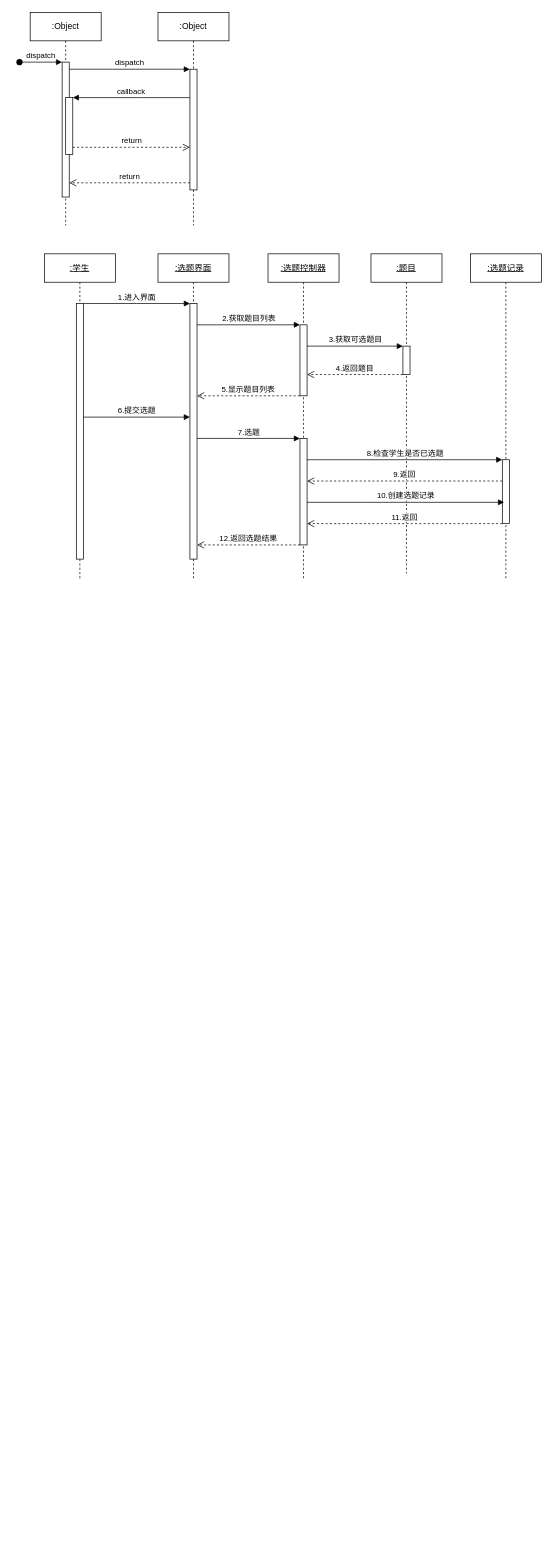
The draw.io diagram gpms.drawio in GreatArchimage/draw-io-diagrams, before the edit. Source tidied: cells renumbered, new cells numbered last; positions are measured from the earlier drawing's top-left corner, leaving out a move shared by most shapes. Both pictures are drawn from the tidied source at 71%, with x=0, y=0 at pixel (19, 12).
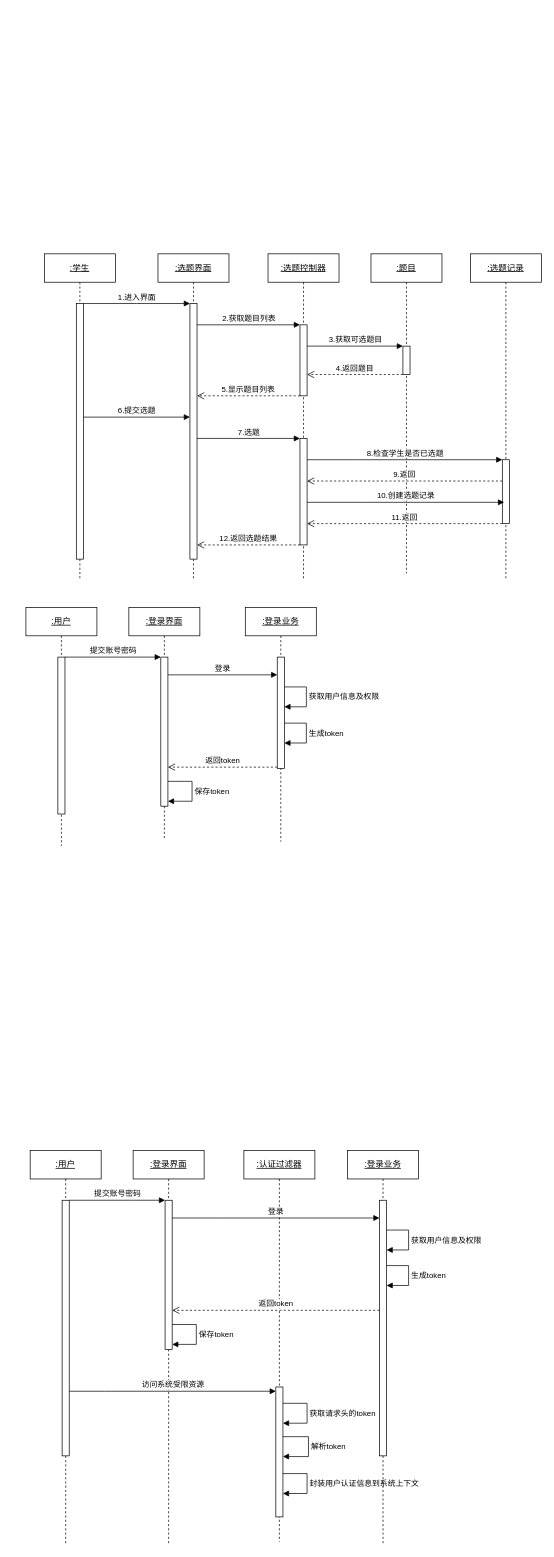
Above is the later version.

The edit, as a diff of the source:
```diff
@@
-    <mxCell id="2" value=":Object" style="shape=umlLifeline;perimeter=lifelinePerimeter;whiteSpace=wrap;html=1;newEdgeStyle={&quot;edgeStyle&quot;:&quot;elbowEdgeStyle&quot;,&quot;elbow&quot;:&quot;vertical&quot;,&quot;curved&quot;:0,&quot;rounded&quot;:0};" parent="1" vertex="1">
-      <mxGeometry x="15" width="100" height="300" as="geometry" />
-    </mxCell>
-    <mxCell id="3" style="html=1;points=[];perimeter=orthogonalPerimeter;outlineConnect=0;targetShapes=umlLifeline;portConstraint=eastwest;newEdgeStyle={&quot;edgeStyle&quot;:&quot;elbowEdgeStyle&quot;,&quot;elbow&quot;:&quot;vertical&quot;,&quot;curved&quot;:0,&quot;rounded&quot;:0};" parent="2" vertex="1">
-      <mxGeometry x="45" y="70" width="10" height="190" as="geometry" />
-    </mxCell>
-    <mxCell id="4" value="dispatch" style="html=1;verticalAlign=bottom;startArrow=oval;endArrow=block;startSize=8;edgeStyle=elbowEdgeStyle;elbow=vertical;curved=0;rounded=0;" parent="2" edge="1" target="3">
-      <mxGeometry relative="1" as="geometry">
-        <mxPoint x="-15" y="70" as="sourcePoint" />
-      </mxGeometry>
-    </mxCell>
-    <mxCell id="5" style="html=1;points=[];perimeter=orthogonalPerimeter;outlineConnect=0;targetShapes=umlLifeline;portConstraint=eastwest;newEdgeStyle={&quot;edgeStyle&quot;:&quot;elbowEdgeStyle&quot;,&quot;elbow&quot;:&quot;vertical&quot;,&quot;curved&quot;:0,&quot;rounded&quot;:0};" parent="2" vertex="1">
-      <mxGeometry x="50" y="120" width="10" height="80" as="geometry" />
-    </mxCell>
-    <mxCell id="6" value=":Object" style="shape=umlLifeline;perimeter=lifelinePerimeter;whiteSpace=wrap;html=1;newEdgeStyle={&quot;edgeStyle&quot;:&quot;elbowEdgeStyle&quot;,&quot;elbow&quot;:&quot;vertical&quot;,&quot;curved&quot;:0,&quot;rounded&quot;:0};" parent="1" vertex="1">
-      <mxGeometry x="195" width="100" height="300" as="geometry" />
-    </mxCell>
-    <mxCell id="7" style="html=1;points=[];perimeter=orthogonalPerimeter;outlineConnect=0;targetShapes=umlLifeline;portConstraint=eastwest;newEdgeStyle={&quot;edgeStyle&quot;:&quot;elbowEdgeStyle&quot;,&quot;elbow&quot;:&quot;vertical&quot;,&quot;curved&quot;:0,&quot;rounded&quot;:0};" parent="6" vertex="1">
-      <mxGeometry x="45" y="80" width="10" height="170" as="geometry" />
-    </mxCell>
-    <mxCell id="8" value="dispatch" style="html=1;verticalAlign=bottom;endArrow=block;edgeStyle=elbowEdgeStyle;elbow=vertical;curved=0;rounded=0;" parent="1" edge="1" source="3" target="7">
-      <mxGeometry relative="1" as="geometry">
-        <Array as="points">
-          <mxPoint x="155" y="80" />
-        </Array>
-      </mxGeometry>
-    </mxCell>
-    <mxCell id="9" value="return" style="html=1;verticalAlign=bottom;endArrow=open;dashed=1;endSize=8;edgeStyle=elbowEdgeStyle;elbow=vertical;curved=0;rounded=0;" parent="1" edge="1" source="7" target="3">
-      <mxGeometry relative="1" as="geometry">
-        <Array as="points">
-          <mxPoint x="165" y="240" />
-        </Array>
-      </mxGeometry>
-    </mxCell>
-    <mxCell id="10" value="callback" style="html=1;verticalAlign=bottom;endArrow=block;edgeStyle=elbowEdgeStyle;elbow=vertical;curved=0;rounded=0;" parent="1" edge="1" source="7" target="5">
-      <mxGeometry relative="1" as="geometry">
-        <Array as="points">
-          <mxPoint x="165" y="120" />
-        </Array>
-      </mxGeometry>
-    </mxCell>
-    <mxCell id="11" value="return" style="html=1;verticalAlign=bottom;endArrow=open;dashed=1;endSize=8;edgeStyle=elbowEdgeStyle;elbow=vertical;curved=0;rounded=0;" parent="1" edge="1" source="5" target="7">
-      <mxGeometry relative="1" as="geometry">
-        <Array as="points">
-          <mxPoint x="155" y="190" />
-        </Array>
-      </mxGeometry>
-    </mxCell>
@@
+    <mxCell id="35" value="&lt;u&gt;:用户&lt;/u&gt;" style="shape=umlLifeline;perimeter=lifelinePerimeter;whiteSpace=wrap;html=1;newEdgeStyle={&quot;edgeStyle&quot;:&quot;elbowEdgeStyle&quot;,&quot;elbow&quot;:&quot;vertical&quot;,&quot;curved&quot;:0,&quot;rounded&quot;:0};" parent="1" vertex="1">
+      <mxGeometry x="9" y="838" width="100" height="336" as="geometry" />
+    </mxCell>
+    <mxCell id="36" style="html=1;points=[];perimeter=orthogonalPerimeter;outlineConnect=0;targetShapes=umlLifeline;portConstraint=eastwest;newEdgeStyle={&quot;edgeStyle&quot;:&quot;elbowEdgeStyle&quot;,&quot;elbow&quot;:&quot;vertical&quot;,&quot;curved&quot;:0,&quot;rounded&quot;:0};" parent="35" vertex="1">
+      <mxGeometry x="45" y="70" width="10" height="221" as="geometry" />
+    </mxCell>
+    <mxCell id="37" value="&lt;u&gt;:登录界面&lt;/u&gt;" style="shape=umlLifeline;perimeter=lifelinePerimeter;whiteSpace=wrap;html=1;newEdgeStyle={&quot;edgeStyle&quot;:&quot;elbowEdgeStyle&quot;,&quot;elbow&quot;:&quot;vertical&quot;,&quot;curved&quot;:0,&quot;rounded&quot;:0};" parent="1" vertex="1">
+      <mxGeometry x="154" y="838" width="100" height="328" as="geometry" />
+    </mxCell>
+    <mxCell id="38" style="html=1;points=[];perimeter=orthogonalPerimeter;outlineConnect=0;targetShapes=umlLifeline;portConstraint=eastwest;newEdgeStyle={&quot;edgeStyle&quot;:&quot;elbowEdgeStyle&quot;,&quot;elbow&quot;:&quot;vertical&quot;,&quot;curved&quot;:0,&quot;rounded&quot;:0};" parent="37" vertex="1">
+      <mxGeometry x="45" y="70" width="10" height="210" as="geometry" />
+    </mxCell>
+    <mxCell id="39" value="&lt;u&gt;:登录业务&lt;/u&gt;" style="shape=umlLifeline;perimeter=lifelinePerimeter;whiteSpace=wrap;html=1;newEdgeStyle={&quot;edgeStyle&quot;:&quot;elbowEdgeStyle&quot;,&quot;elbow&quot;:&quot;vertical&quot;,&quot;curved&quot;:0,&quot;rounded&quot;:0};" parent="1" vertex="1">
+      <mxGeometry x="318" y="838" width="100" height="330" as="geometry" />
+    </mxCell>
+    <mxCell id="40" style="html=1;points=[];perimeter=orthogonalPerimeter;outlineConnect=0;targetShapes=umlLifeline;portConstraint=eastwest;newEdgeStyle={&quot;edgeStyle&quot;:&quot;elbowEdgeStyle&quot;,&quot;elbow&quot;:&quot;vertical&quot;,&quot;curved&quot;:0,&quot;rounded&quot;:0};" parent="39" vertex="1">
+      <mxGeometry x="45" y="70" width="10" height="157" as="geometry" />
+    </mxCell>
+    <mxCell id="41" value="获取用户信息及权限" style="html=1;align=left;spacingLeft=2;endArrow=block;rounded=0;edgeStyle=orthogonalEdgeStyle;curved=0;rounded=0;" parent="39" edge="1" source="40" target="40">
+      <mxGeometry relative="1" as="geometry">
+        <Array as="points">
+          <mxPoint x="86" y="112" />
+          <mxPoint x="86" y="140" />
+        </Array>
+      </mxGeometry>
+    </mxCell>
+    <mxCell id="42" value="提交账号密码" style="html=1;verticalAlign=bottom;endArrow=block;edgeStyle=elbowEdgeStyle;elbow=horizontal;curved=0;rounded=0;" parent="1" edge="1" source="36" target="38">
+      <mxGeometry relative="1" as="geometry">
+        <Array as="points">
+          <mxPoint x="149" y="908" />
+        </Array>
+      </mxGeometry>
+    </mxCell>
+    <mxCell id="43" value="登录" style="html=1;verticalAlign=bottom;endArrow=block;edgeStyle=elbowEdgeStyle;elbow=horizontal;curved=0;rounded=0;" parent="1" edge="1" source="38" target="40">
+      <mxGeometry relative="1" as="geometry">
+        <Array as="points">
+          <mxPoint x="280" y="933" />
+        </Array>
+      </mxGeometry>
+    </mxCell>
+    <mxCell id="44" value="生成token" style="html=1;align=left;spacingLeft=2;endArrow=block;rounded=0;edgeStyle=orthogonalEdgeStyle;curved=0;rounded=0;" parent="1" edge="1">
+      <mxGeometry relative="1" as="geometry">
+        <mxPoint x="373" y="1001" as="sourcePoint" />
+        <mxPoint x="373" y="1029" as="targetPoint" />
+        <Array as="points">
+          <mxPoint x="404" y="1001" />
+          <mxPoint x="404" y="1029" />
+        </Array>
+      </mxGeometry>
+    </mxCell>
+    <mxCell id="45" value="返回token" style="html=1;verticalAlign=bottom;endArrow=open;dashed=1;endSize=8;edgeStyle=elbowEdgeStyle;elbow=horizontal;curved=0;rounded=0;" parent="1" edge="1" source="40" target="38">
+      <mxGeometry relative="1" as="geometry">
+        <Array as="points">
+          <mxPoint x="269" y="1063" />
+        </Array>
+      </mxGeometry>
+    </mxCell>
+    <mxCell id="46" value="保存token" style="html=1;align=left;spacingLeft=2;endArrow=block;rounded=0;edgeStyle=orthogonalEdgeStyle;curved=0;rounded=0;" parent="1" edge="1">
+      <mxGeometry relative="1" as="geometry">
+        <mxPoint x="209" y="1083" as="sourcePoint" />
+        <mxPoint x="209" y="1111" as="targetPoint" />
+        <Array as="points">
+          <mxPoint x="243" y="1083" />
+          <mxPoint x="243" y="1111" />
+        </Array>
+      </mxGeometry>
+    </mxCell>
+    <mxCell id="47" value="&lt;u&gt;:用户&lt;/u&gt;" style="shape=umlLifeline;perimeter=lifelinePerimeter;whiteSpace=wrap;html=1;newEdgeStyle={&quot;edgeStyle&quot;:&quot;elbowEdgeStyle&quot;,&quot;elbow&quot;:&quot;vertical&quot;,&quot;curved&quot;:0,&quot;rounded&quot;:0};" parent="1" vertex="1">
+      <mxGeometry x="15" y="1603" width="100" height="555" as="geometry" />
+    </mxCell>
+    <mxCell id="48" style="html=1;points=[];perimeter=orthogonalPerimeter;outlineConnect=0;targetShapes=umlLifeline;portConstraint=eastwest;newEdgeStyle={&quot;edgeStyle&quot;:&quot;elbowEdgeStyle&quot;,&quot;elbow&quot;:&quot;vertical&quot;,&quot;curved&quot;:0,&quot;rounded&quot;:0};" parent="47" vertex="1">
+      <mxGeometry x="45" y="70" width="10" height="360" as="geometry" />
+    </mxCell>
+    <mxCell id="49" value="&lt;u&gt;:登录界面&lt;/u&gt;" style="shape=umlLifeline;perimeter=lifelinePerimeter;whiteSpace=wrap;html=1;newEdgeStyle={&quot;edgeStyle&quot;:&quot;elbowEdgeStyle&quot;,&quot;elbow&quot;:&quot;vertical&quot;,&quot;curved&quot;:0,&quot;rounded&quot;:0};" parent="1" vertex="1">
+      <mxGeometry x="160" y="1603" width="100" height="553" as="geometry" />
+    </mxCell>
+    <mxCell id="50" style="html=1;points=[];perimeter=orthogonalPerimeter;outlineConnect=0;targetShapes=umlLifeline;portConstraint=eastwest;newEdgeStyle={&quot;edgeStyle&quot;:&quot;elbowEdgeStyle&quot;,&quot;elbow&quot;:&quot;vertical&quot;,&quot;curved&quot;:0,&quot;rounded&quot;:0};" parent="49" vertex="1">
+      <mxGeometry x="45" y="70" width="10" height="210" as="geometry" />
+    </mxCell>
+    <mxCell id="51" value="&lt;u&gt;:认证过滤器&lt;/u&gt;" style="shape=umlLifeline;perimeter=lifelinePerimeter;whiteSpace=wrap;html=1;newEdgeStyle={&quot;edgeStyle&quot;:&quot;elbowEdgeStyle&quot;,&quot;elbow&quot;:&quot;vertical&quot;,&quot;curved&quot;:0,&quot;rounded&quot;:0};" parent="1" vertex="1">
+      <mxGeometry x="316" y="1603" width="100" height="551" as="geometry" />
+    </mxCell>
+    <mxCell id="52" style="html=1;points=[];perimeter=orthogonalPerimeter;outlineConnect=0;targetShapes=umlLifeline;portConstraint=eastwest;newEdgeStyle={&quot;edgeStyle&quot;:&quot;elbowEdgeStyle&quot;,&quot;elbow&quot;:&quot;vertical&quot;,&quot;curved&quot;:0,&quot;rounded&quot;:0};" parent="51" vertex="1">
+      <mxGeometry x="45" y="333" width="10" height="183" as="geometry" />
+    </mxCell>
+    <mxCell id="53" value="获取请求头的token" style="html=1;align=left;spacingLeft=2;endArrow=block;rounded=0;edgeStyle=orthogonalEdgeStyle;curved=0;rounded=0;" parent="51" edge="1" source="52" target="52">
+      <mxGeometry relative="1" as="geometry">
+        <Array as="points">
+          <mxPoint x="89" y="356" />
+          <mxPoint x="89" y="384" />
+        </Array>
+      </mxGeometry>
+    </mxCell>
+    <mxCell id="54" value="解析token" style="html=1;align=left;spacingLeft=2;endArrow=block;rounded=0;edgeStyle=orthogonalEdgeStyle;curved=0;rounded=0;" parent="51" edge="1" source="52" target="52">
+      <mxGeometry relative="1" as="geometry">
+        <Array as="points">
+          <mxPoint x="91" y="403" />
+          <mxPoint x="91" y="431" />
+        </Array>
+      </mxGeometry>
+    </mxCell>
+    <mxCell id="55" value="封装用户认证信息到系统上下文" style="html=1;align=left;spacingLeft=2;endArrow=block;rounded=0;edgeStyle=orthogonalEdgeStyle;curved=0;rounded=0;" parent="51" edge="1" source="52" target="52">
+      <mxGeometry relative="1" as="geometry">
+        <Array as="points">
+          <mxPoint x="89" y="455" />
+          <mxPoint x="89" y="483" />
+        </Array>
+      </mxGeometry>
+    </mxCell>
+    <mxCell id="56" value="&lt;u&gt;:登录业务&lt;/u&gt;" style="shape=umlLifeline;perimeter=lifelinePerimeter;whiteSpace=wrap;html=1;newEdgeStyle={&quot;edgeStyle&quot;:&quot;elbowEdgeStyle&quot;,&quot;elbow&quot;:&quot;vertical&quot;,&quot;curved&quot;:0,&quot;rounded&quot;:0};" parent="1" vertex="1">
+      <mxGeometry x="462" y="1603" width="100" height="553" as="geometry" />
+    </mxCell>
+    <mxCell id="57" style="html=1;points=[];perimeter=orthogonalPerimeter;outlineConnect=0;targetShapes=umlLifeline;portConstraint=eastwest;newEdgeStyle={&quot;edgeStyle&quot;:&quot;elbowEdgeStyle&quot;,&quot;elbow&quot;:&quot;vertical&quot;,&quot;curved&quot;:0,&quot;rounded&quot;:0};" parent="56" vertex="1">
+      <mxGeometry x="45" y="70" width="10" height="360" as="geometry" />
+    </mxCell>
+    <mxCell id="58" value="获取用户信息及权限" style="html=1;align=left;spacingLeft=2;endArrow=block;rounded=0;edgeStyle=orthogonalEdgeStyle;curved=0;rounded=0;" parent="56" edge="1" source="57" target="57">
+      <mxGeometry relative="1" as="geometry">
+        <Array as="points">
+          <mxPoint x="86" y="112" />
+          <mxPoint x="86" y="140" />
+        </Array>
+      </mxGeometry>
+    </mxCell>
+    <mxCell id="59" value="提交账号密码" style="html=1;verticalAlign=bottom;endArrow=block;edgeStyle=elbowEdgeStyle;elbow=horizontal;curved=0;rounded=0;" parent="1" edge="1" source="48" target="50">
+      <mxGeometry relative="1" as="geometry">
+        <Array as="points">
+          <mxPoint x="155" y="1673" />
+        </Array>
+      </mxGeometry>
+    </mxCell>
+    <mxCell id="60" value="登录" style="html=1;verticalAlign=bottom;endArrow=block;edgeStyle=elbowEdgeStyle;elbow=horizontal;curved=0;rounded=0;" parent="1" edge="1" source="50" target="57">
+      <mxGeometry relative="1" as="geometry">
+        <Array as="points">
+          <mxPoint x="286" y="1698" />
+        </Array>
+      </mxGeometry>
+    </mxCell>
+    <mxCell id="61" value="生成token" style="html=1;align=left;spacingLeft=2;endArrow=block;rounded=0;edgeStyle=orthogonalEdgeStyle;curved=0;rounded=0;" parent="1" edge="1">
+      <mxGeometry relative="1" as="geometry">
+        <mxPoint x="517" y="1765" as="sourcePoint" />
+        <mxPoint x="517" y="1793" as="targetPoint" />
+        <Array as="points">
+          <mxPoint x="548" y="1765" />
+          <mxPoint x="548" y="1793" />
+        </Array>
+      </mxGeometry>
+    </mxCell>
+    <mxCell id="62" value="返回token" style="html=1;verticalAlign=bottom;endArrow=open;dashed=1;endSize=8;edgeStyle=elbowEdgeStyle;elbow=horizontal;curved=0;rounded=0;" parent="1" edge="1" source="57" target="50">
+      <mxGeometry relative="1" as="geometry">
+        <Array as="points">
+          <mxPoint x="275" y="1828" />
+        </Array>
+      </mxGeometry>
+    </mxCell>
+    <mxCell id="63" value="访问系统受限资源" style="html=1;verticalAlign=bottom;endArrow=block;edgeStyle=elbowEdgeStyle;elbow=vertical;curved=0;rounded=0;" parent="1" edge="1" source="48" target="52">
+      <mxGeometry relative="1" as="geometry">
+        <Array as="points">
+          <mxPoint x="120" y="1942" />
+        </Array>
+      </mxGeometry>
+    </mxCell>
+    <mxCell id="64" value="保存token" style="html=1;align=left;spacingLeft=2;endArrow=block;rounded=0;edgeStyle=orthogonalEdgeStyle;curved=0;rounded=0;" parent="1" edge="1">
+      <mxGeometry relative="1" as="geometry">
+        <mxPoint x="215" y="1848" as="sourcePoint" />
+        <mxPoint x="215" y="1876" as="targetPoint" />
+        <Array as="points">
+          <mxPoint x="249" y="1848" />
+          <mxPoint x="249" y="1876" />
+        </Array>
+      </mxGeometry>
+    </mxCell>
```
